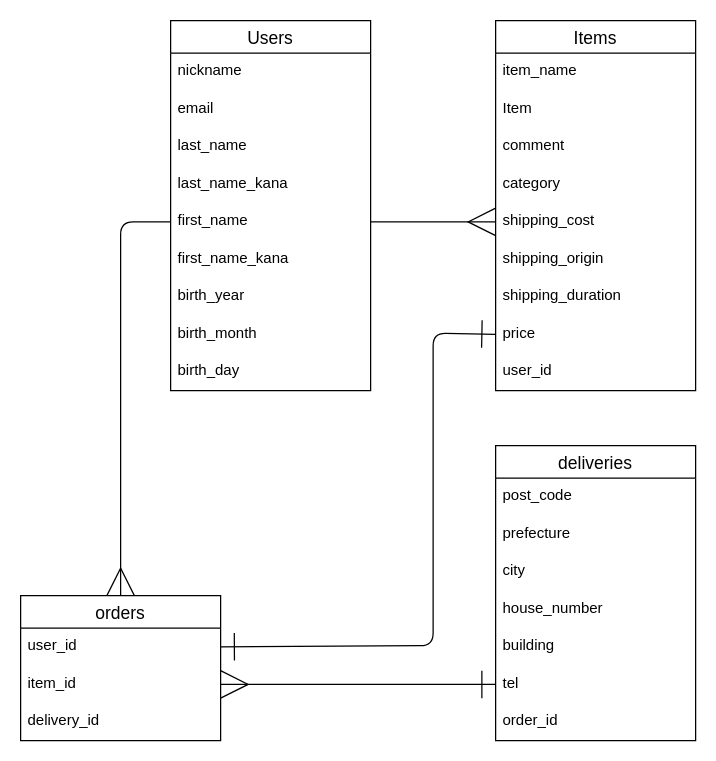
Above: database_er.dio in ikenatsu/furima-39578 (draw.io), before the change. Source tidied: cells renumbered, new cells numbered last; positions are measured from the earlier drawing's top-left corner, leaving out a move shared by most shapes. Both pictures are drawn from the tidied source at 125%, with x=0, y=0 at pixel (20, 20).
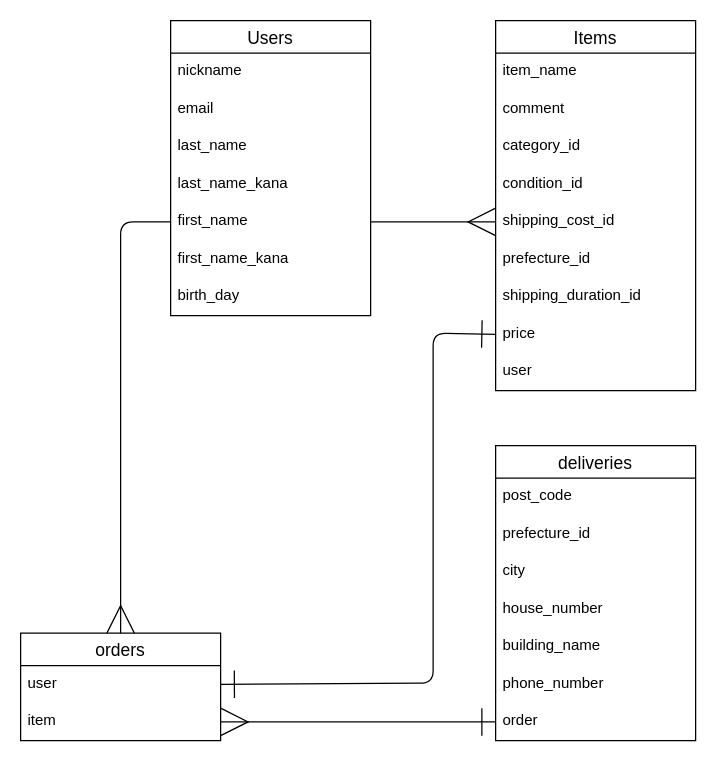
The same page after the edit.

Commit message (it also covers changes not shown here):
データベース設計の修正

Unchanged cells that the change refers to:
```xml
<mxCell id="2" value="Items" style="swimlane;fontStyle=0;horizontal=1;startSize=26;align=center;fontSize=14;" parent="1" vertex="1">
  <mxGeometry x="380" width="160" height="296" as="geometry" />
</mxCell>
<mxCell id="10" value="price" style="text;strokeColor=none;fillColor=none;spacingLeft=4;spacingRight=4;overflow=hidden;points=[[0,0.5],[1,0.5]];portConstraint=eastwest;fontSize=12;" parent="2" vertex="1">
  <mxGeometry y="236" width="160" height="30" as="geometry" />
</mxCell>
<mxCell id="26" value="deliveries" style="swimlane;fontStyle=0;horizontal=1;startSize=26;align=center;fontSize=14;" parent="1" vertex="1">
  <mxGeometry x="380" y="340" width="160" height="236" as="geometry" />
</mxCell>
```

Change to the diagram source:
```diff
@@
-    <mxCell id="4" value="Item" style="text;strokeColor=none;fillColor=none;spacingLeft=4;spacingRight=4;overflow=hidden;fontSize=12;" parent="2" vertex="1">
-      <mxGeometry y="56" width="160" height="30" as="geometry" />
-    </mxCell>
     <mxCell id="5" value="comment" style="text;strokeColor=none;fillColor=none;spacingLeft=4;spacingRight=4;overflow=hidden;fontSize=12;" parent="2" vertex="1">
-      <mxGeometry y="86" width="160" height="30" as="geometry" />
+      <mxGeometry y="56" width="160" height="30" as="geometry" />
     </mxCell>
-    <mxCell id="6" value="category" style="text;strokeColor=none;fillColor=none;spacingLeft=4;spacingRight=4;overflow=hidden;fontSize=12;" parent="2" vertex="1">
-      <mxGeometry y="116" width="160" height="30" as="geometry" />
+    <mxCell id="6" value="category_id" style="text;strokeColor=none;fillColor=none;spacingLeft=4;spacingRight=4;overflow=hidden;fontSize=12;" parent="2" vertex="1">
+      <mxGeometry y="86" width="160" height="30" as="geometry" />
     </mxCell>
+    <mxCell id="38" value="condition_id" style="text;strokeColor=none;fillColor=none;spacingLeft=4;spacingRight=4;overflow=hidden;fontSize=12;" parent="2" vertex="1">
+      <mxGeometry y="116" width="160" height="30" as="geometry" />
+    </mxCell>
-    <mxCell id="7" value="shipping_cost" style="text;strokeColor=none;fillColor=none;spacingLeft=4;spacingRight=4;overflow=hidden;points=[[0,0.5],[1,0.5]];portConstraint=eastwest;fontSize=12;" parent="2" vertex="1">
+    <mxCell id="7" value="shipping_cost_id" style="text;strokeColor=none;fillColor=none;spacingLeft=4;spacingRight=4;overflow=hidden;points=[[0,0.5],[1,0.5]];portConstraint=eastwest;fontSize=12;" parent="2" vertex="1">
       <mxGeometry y="146" width="160" height="30" as="geometry" />
     </mxCell>
-    <mxCell id="8" value="shipping_origin" style="text;strokeColor=none;fillColor=none;spacingLeft=4;spacingRight=4;overflow=hidden;fontSize=12;" parent="2" vertex="1">
+    <mxCell id="8" value="prefecture_id" style="text;strokeColor=none;fillColor=none;spacingLeft=4;spacingRight=4;overflow=hidden;fontSize=12;" parent="2" vertex="1">
       <mxGeometry y="176" width="160" height="30" as="geometry" />
     </mxCell>
-    <mxCell id="9" value="shipping_duration" style="text;strokeColor=none;fillColor=none;spacingLeft=4;spacingRight=4;overflow=hidden;fontSize=12;" parent="2" vertex="1">
+    <mxCell id="9" value="shipping_duration_id" style="text;strokeColor=none;fillColor=none;spacingLeft=4;spacingRight=4;overflow=hidden;fontSize=12;" parent="2" vertex="1">
       <mxGeometry y="206" width="160" height="30" as="geometry" />
     </mxCell>
@@
-    <mxCell id="11" value="user_id" style="text;strokeColor=none;fillColor=none;spacingLeft=4;spacingRight=4;overflow=hidden;fontSize=12;" parent="2" vertex="1">
+    <mxCell id="11" value="user" style="text;strokeColor=none;fillColor=none;spacingLeft=4;spacingRight=4;overflow=hidden;fontSize=12;" parent="2" vertex="1">
       <mxGeometry y="266" width="160" height="30" as="geometry" />
     </mxCell>
     <mxCell id="12" value="Users" style="swimlane;fontStyle=0;horizontal=1;startSize=26;align=center;fontSize=14;" parent="1" vertex="1">
-      <mxGeometry x="120" width="160" height="296" as="geometry" />
+      <mxGeometry x="120" width="160" height="236" as="geometry" />
     </mxCell>
@@
-    <mxCell id="19" value="birth_year" style="text;strokeColor=none;fillColor=none;spacingLeft=4;spacingRight=4;overflow=hidden;fontSize=12;" parent="12" vertex="1">
-      <mxGeometry y="206" width="160" height="30" as="geometry" />
-    </mxCell>
-    <mxCell id="20" value="birth_month" style="text;strokeColor=none;fillColor=none;spacingLeft=4;spacingRight=4;overflow=hidden;fontSize=12;" parent="12" vertex="1">
-      <mxGeometry y="236" width="160" height="30" as="geometry" />
-    </mxCell>
     <mxCell id="21" value="birth_day" style="text;strokeColor=none;fillColor=none;spacingLeft=4;spacingRight=4;overflow=hidden;fontSize=12;" parent="12" vertex="1">
-      <mxGeometry y="266" width="160" height="30" as="geometry" />
+      <mxGeometry y="206" width="160" height="30" as="geometry" />
     </mxCell>
     <mxCell id="22" value="orders" style="swimlane;fontStyle=0;horizontal=1;startSize=26;align=center;fontSize=14;" parent="1" vertex="1">
-      <mxGeometry y="460" width="160" height="116" as="geometry" />
+      <mxGeometry y="490" width="160" height="86" as="geometry" />
     </mxCell>
-    <mxCell id="23" value="user_id" style="text;strokeColor=none;fillColor=none;spacingLeft=4;spacingRight=4;overflow=hidden;points=[[0,0.5],[1,0.5]];portConstraint=eastwest;fontSize=12;" parent="22" vertex="1">
+    <mxCell id="23" value="user" style="text;strokeColor=none;fillColor=none;spacingLeft=4;spacingRight=4;overflow=hidden;points=[[0,0.5],[1,0.5]];portConstraint=eastwest;fontSize=12;" parent="22" vertex="1">
       <mxGeometry y="26" width="160" height="30" as="geometry" />
     </mxCell>
-    <mxCell id="24" value="item_id" style="text;strokeColor=none;fillColor=none;spacingLeft=4;spacingRight=4;overflow=hidden;points=[[0,0.5],[1,0.5]];portConstraint=eastwest;fontSize=12;" parent="22" vertex="1">
+    <mxCell id="24" value="item" style="text;strokeColor=none;fillColor=none;spacingLeft=4;spacingRight=4;overflow=hidden;points=[[0,0.5],[1,0.5]];portConstraint=eastwest;fontSize=12;" parent="22" vertex="1">
       <mxGeometry y="56" width="160" height="30" as="geometry" />
     </mxCell>
-    <mxCell id="25" value="delivery_id" style="text;strokeColor=none;fillColor=none;spacingLeft=4;spacingRight=4;overflow=hidden;fontSize=12;" parent="22" vertex="1">
-      <mxGeometry y="86" width="160" height="30" as="geometry" />
-    </mxCell>
@@
-    <mxCell id="28" value="prefecture" style="text;strokeColor=none;fillColor=none;spacingLeft=4;spacingRight=4;overflow=hidden;fontSize=12;" parent="26" vertex="1">
+    <mxCell id="28" value="prefecture_id" style="text;strokeColor=none;fillColor=none;spacingLeft=4;spacingRight=4;overflow=hidden;fontSize=12;" parent="26" vertex="1">
       <mxGeometry y="56" width="160" height="30" as="geometry" />
     </mxCell>
@@
-    <mxCell id="31" value="building" style="text;strokeColor=none;fillColor=none;spacingLeft=4;spacingRight=4;overflow=hidden;fontSize=12;" parent="26" vertex="1">
+    <mxCell id="31" value="building_name" style="text;strokeColor=none;fillColor=none;spacingLeft=4;spacingRight=4;overflow=hidden;fontSize=12;" parent="26" vertex="1">
       <mxGeometry y="146" width="160" height="30" as="geometry" />
     </mxCell>
-    <mxCell id="32" value="tel" style="text;strokeColor=none;fillColor=none;spacingLeft=4;spacingRight=4;overflow=hidden;points=[[0,0.5],[1,0.5]];portConstraint=eastwest;fontSize=12;" parent="26" vertex="1">
+    <mxCell id="32" value="phone_number" style="text;strokeColor=none;fillColor=none;spacingLeft=4;spacingRight=4;overflow=hidden;points=[[0,0.5],[1,0.5]];portConstraint=eastwest;fontSize=12;" parent="26" vertex="1">
       <mxGeometry y="176" width="160" height="30" as="geometry" />
     </mxCell>
-    <mxCell id="33" value="order_id" style="text;strokeColor=none;fillColor=none;spacingLeft=4;spacingRight=4;overflow=hidden;points=[[0,0.5],[1,0.5]];portConstraint=eastwest;fontSize=12;" parent="26" vertex="1">
+    <mxCell id="33" value="order" style="text;strokeColor=none;fillColor=none;spacingLeft=4;spacingRight=4;overflow=hidden;points=[[0,0.5],[1,0.5]];portConstraint=eastwest;fontSize=12;" parent="26" vertex="1">
       <mxGeometry y="206" width="160" height="30" as="geometry" />
     </mxCell>
@@
     <mxCell id="36" style="edgeStyle=none;html=1;exitX=1;exitY=0.5;exitDx=0;exitDy=0;entryX=0;entryY=0.5;entryDx=0;entryDy=0;strokeWidth=1;endArrow=ERone;endFill=0;endSize=20;startArrow=ERone;startFill=0;startSize=20;" parent="1" edge="1" source="23" target="10">
       <mxGeometry relative="1" as="geometry">
         <Array as="points">
-          <mxPoint x="330" y="500" />
+          <mxPoint x="330" y="530" />
           <mxPoint x="330" y="380" />
           <mxPoint x="330" y="250" />
         </Array>
       </mxGeometry>
     </mxCell>
-    <mxCell id="37" style="edgeStyle=none;html=1;exitX=1;exitY=0.5;exitDx=0;exitDy=0;entryX=0;entryY=0.5;entryDx=0;entryDy=0;strokeWidth=1;startArrow=ERmany;startFill=0;endArrow=ERone;endFill=0;startSize=20;endSize=20;" parent="1" edge="1" source="24" target="32">
+    <mxCell id="37" style="edgeStyle=none;html=1;exitX=1;exitY=0.5;exitDx=0;exitDy=0;strokeWidth=1;startArrow=ERmany;startFill=0;endArrow=ERone;endFill=0;startSize=20;endSize=20;entryX=0;entryY=0.5;entryDx=0;entryDy=0;" parent="1" edge="1" source="24" target="33">
       <mxGeometry relative="1" as="geometry" />
     </mxCell>
```
